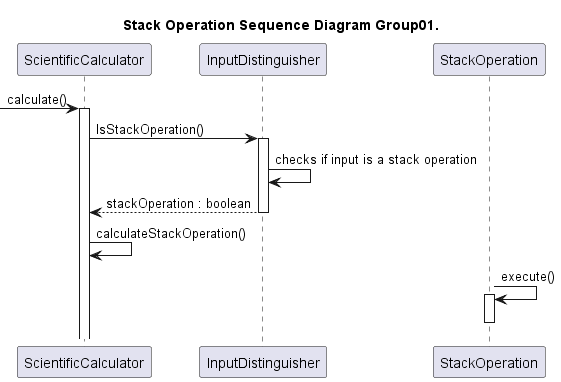
Above: sequence_diagram/SequenceDiagramGraphicalView/StackOperation_SequenceDiagram_Group01.png in CiroCutolo/Scientific_Calculator_group01_2023 (PlantUML), before the change.
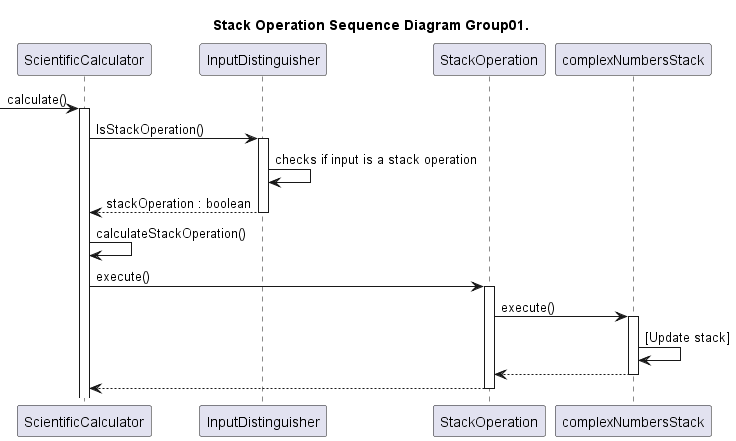
Later version of the same file.

Commit message:
Modifiche apportate ad i sequence diagrams.

What changed in the source:
```diff
@@ -5,6 +5,7 @@
 participant ScientificCalculator as calc
 participant InputDistinguisher as input
 participant StackOperation as stack
+participant complexNumbersStack as num_stack
 
 -> calc:calculate()
 activate calc
@@ -16,8 +17,14 @@
 deactivate input
 
 calc -> calc : calculateStackOperation()
-stack -> stack : execute()
+calc -> stack : execute()
 activate stack
+stack -> num_stack : execute()
+activate num_stack
+num_stack -> num_stack : [Update stack]
+num_stack --> stack
+deactivate num_stack
+stack --> calc
 deactivate stack
 
 @enduml
```
